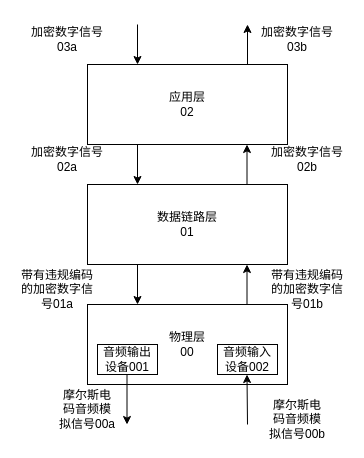
Earlier version of the draw.io diagram Untitled Diagram.drawio (catchFishCat/Morse-code-patent). Source tidied: cells renumbered, new cells numbered last; positions are measured from the earlier drawing's top-left corner, leaving out a move shared by most shapes. Both pictures are drawn from the tidied source at 100%, with x=0, y=0 at pixel (17, 24).
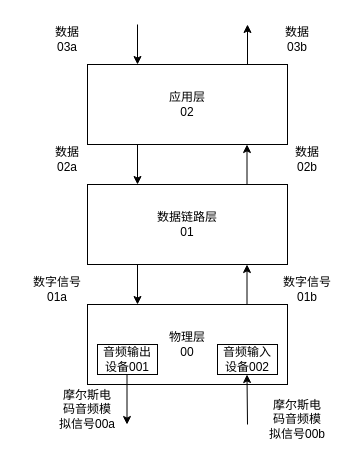
Above is the later version.

What changed in the source:
```diff
@@
-    <mxCell id="15" value="带有违规编码的加密数字信号01a" style="text;html=1;strokeColor=none;fillColor=none;align=center;verticalAlign=middle;whiteSpace=wrap;rounded=0;" parent="1" vertex="1">
+    <mxCell id="15" value="数字信号&lt;br&gt;01a" style="text;html=1;strokeColor=none;fillColor=none;align=center;verticalAlign=middle;whiteSpace=wrap;rounded=0;" parent="1" vertex="1">
       <mxGeometry y="250" width="80" height="30" as="geometry" />
     </mxCell>
@@
-    <mxCell id="18" value="带有违规编码的加密数字信号01b" style="text;html=1;strokeColor=none;fillColor=none;align=center;verticalAlign=middle;whiteSpace=wrap;rounded=0;" parent="1" vertex="1">
+    <mxCell id="18" value="数字信号&lt;br&gt;01b" style="text;html=1;strokeColor=none;fillColor=none;align=center;verticalAlign=middle;whiteSpace=wrap;rounded=0;" parent="1" vertex="1">
       <mxGeometry x="250" y="250" width="80" height="30" as="geometry" />
     </mxCell>
-    <mxCell id="19" value="加密数字信号02a" style="text;html=1;strokeColor=none;fillColor=none;align=center;verticalAlign=middle;whiteSpace=wrap;rounded=0;" parent="1" vertex="1">
+    <mxCell id="19" value="数据&lt;br&gt;02a" style="text;html=1;strokeColor=none;fillColor=none;align=center;verticalAlign=middle;whiteSpace=wrap;rounded=0;" parent="1" vertex="1">
       <mxGeometry x="10" y="120" width="80" height="30" as="geometry" />
     </mxCell>
-    <mxCell id="20" value="加密数字信号02b" style="text;html=1;strokeColor=none;fillColor=none;align=center;verticalAlign=middle;whiteSpace=wrap;rounded=0;" parent="1" vertex="1">
+    <mxCell id="20" value="数据&lt;br&gt;02b" style="text;html=1;strokeColor=none;fillColor=none;align=center;verticalAlign=middle;whiteSpace=wrap;rounded=0;" parent="1" vertex="1">
       <mxGeometry x="250" y="120" width="80" height="30" as="geometry" />
     </mxCell>
-    <mxCell id="21" value="加密数字信号03a" style="text;html=1;strokeColor=none;fillColor=none;align=center;verticalAlign=middle;whiteSpace=wrap;rounded=0;" parent="1" vertex="1">
+    <mxCell id="21" value="数据&lt;br&gt;03a" style="text;html=1;strokeColor=none;fillColor=none;align=center;verticalAlign=middle;whiteSpace=wrap;rounded=0;" parent="1" vertex="1">
       <mxGeometry x="10" width="80" height="30" as="geometry" />
     </mxCell>
-    <mxCell id="22" value="加密数字信号03b" style="text;html=1;strokeColor=none;fillColor=none;align=center;verticalAlign=middle;whiteSpace=wrap;rounded=0;" parent="1" vertex="1">
+    <mxCell id="22" value="数据&lt;br&gt;03b" style="text;html=1;strokeColor=none;fillColor=none;align=center;verticalAlign=middle;whiteSpace=wrap;rounded=0;" parent="1" vertex="1">
       <mxGeometry x="240" width="80" height="30" as="geometry" />
     </mxCell>
```
